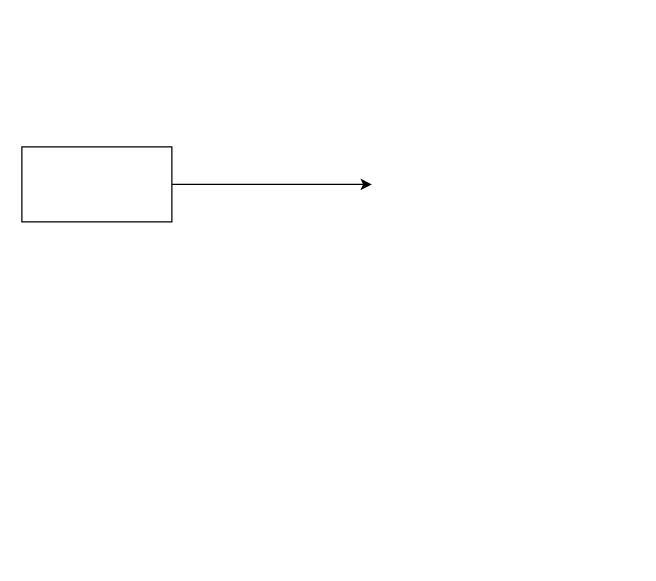
This is Untitled Diagram.drawio from lojokerol/try, a draw.io file, before an edit. Source tidied: cells renumbered, new cells numbered last; positions are measured from the earlier drawing's top-left corner, leaving out a move shared by most shapes. Both pictures are drawn from the tidied source at 125%, with x=0, y=0 at pixel (21, 146).
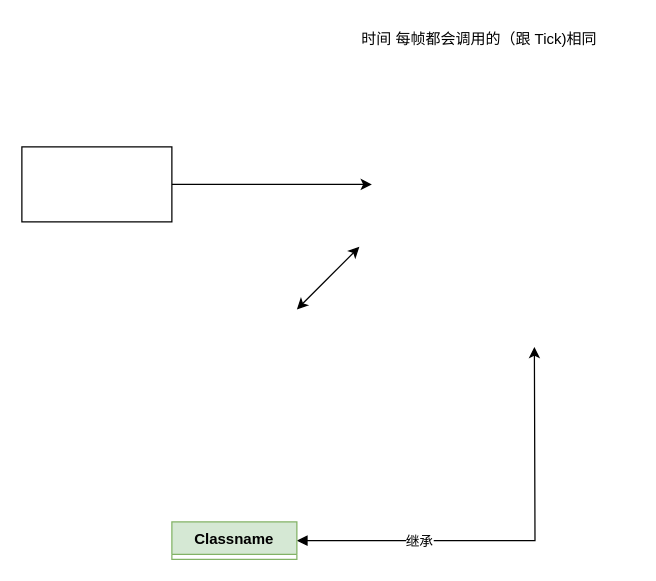
The same diagram, later.

Diff of the diagram source:
```diff
@@
 <mxGraphModel>
   <root>
     <mxCell id="0" />
     <mxCell id="1" parent="0" />
     <mxCell id="2" style="edgeStyle=orthogonalEdgeStyle;rounded=0;jettySize=auto;html=1;" parent="1" edge="1" source="3">
       <mxGeometry relative="1" as="geometry">
         <mxPoint x="280" y="30" as="targetPoint" />
       </mxGeometry>
     </mxCell>
     <mxCell id="3" style="rounded=0;whiteSpace=wrap;html=1;" parent="1" vertex="1">
       <mxGeometry width="120" height="60" as="geometry" />
     </mxCell>
+    <mxCell id="4" style="endArrow=classic;startArrow=classic;html=1;rounded=0;" parent="1" edge="1">
+      <mxGeometry relative="1" as="geometry">
+        <mxPoint x="220" y="130" as="sourcePoint" />
+        <mxPoint x="270" y="80" as="targetPoint" />
+      </mxGeometry>
+    </mxCell>
+    <mxCell id="5" value="时间 每帧都会调用的（跟 Tick)相同" style="text;whiteSpace=wrap;" parent="1" vertex="1">
+      <mxGeometry x="270" y="-100" width="220" height="40" as="geometry" />
+    </mxCell>
+    <mxCell id="6" style="edgeStyle=orthogonalEdgeStyle;rounded=0;jettySize=auto;html=1;startArrow=block;startFill=1;endArrow=classic;endFill=1;" parent="1" edge="1" source="8">
+      <mxGeometry relative="1" as="geometry">
+        <mxPoint x="410" y="160" as="targetPoint" />
+      </mxGeometry>
+    </mxCell>
+    <mxCell id="7" value="继承" style="edgeLabel;html=1;align=center;verticalAlign=middle;" parent="6" vertex="1">
+      <mxGeometry x="-0.44" relative="1" as="geometry" />
+    </mxCell>
+    <mxCell id="8" value="Classname" style="swimlane;fontStyle=1;align=center;verticalAlign=top;horizontal=1;startSize=26;whiteSpace=wrap;html=1;fillColor=#d5e8d4;strokeColor=#82b366;" parent="1" vertex="1" collapsed="1">
+      <mxGeometry x="120" y="300" width="100" height="30" as="geometry" />
+    </mxCell>
   </root>
 </mxGraphModel>
```
